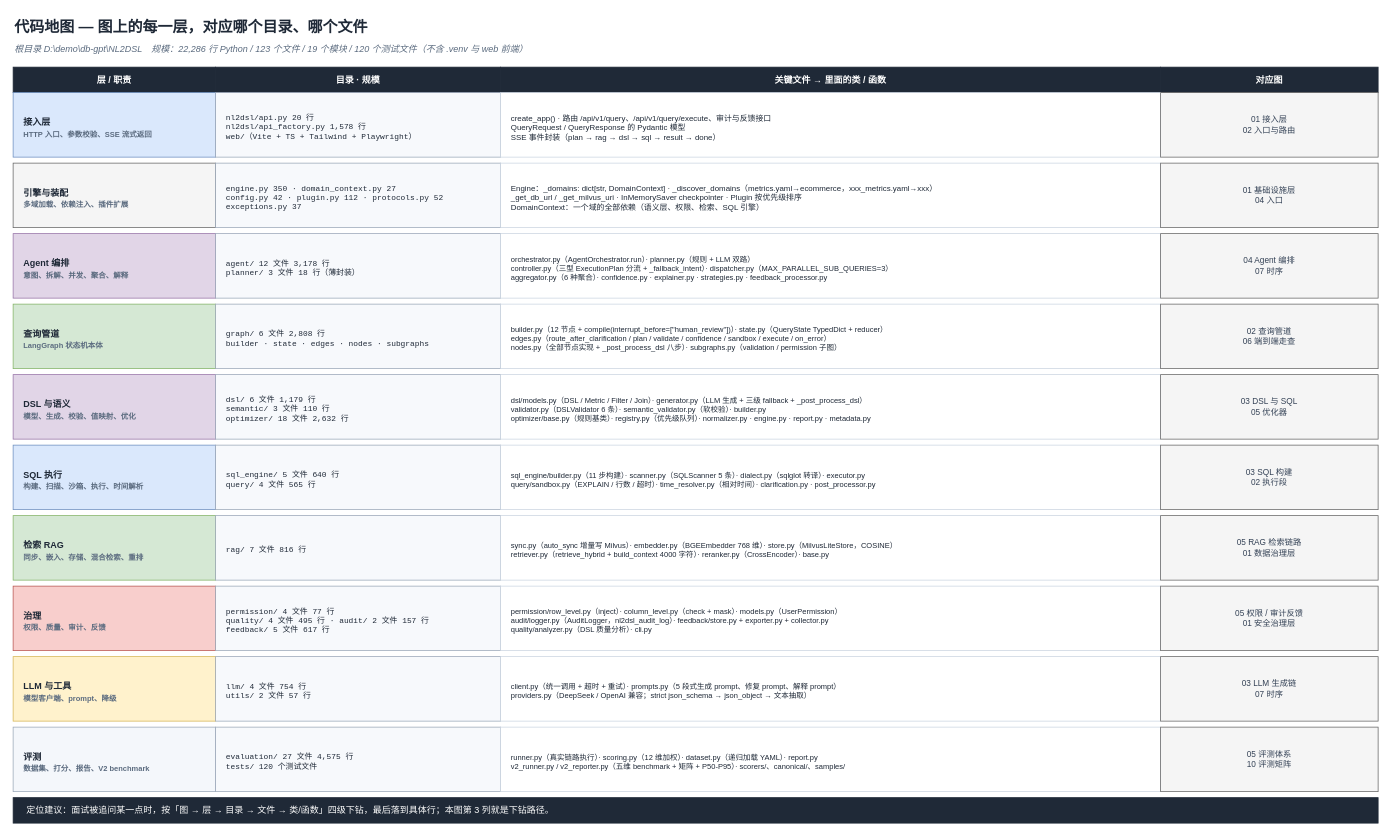
Earlier version of the draw.io diagram docs/00-项目资料/架构图/nl2dsl-09-code-map.drawio (kobegy248/nl2dsl-interview-kit). Source tidied: cells renumbered, new cells numbered last; positions are measured from the earlier drawing's top-left corner, leaving out a move shared by most shapes. Both pictures are drawn from the tidied source at 75%, with x=0, y=0 at pixel (13, 13).
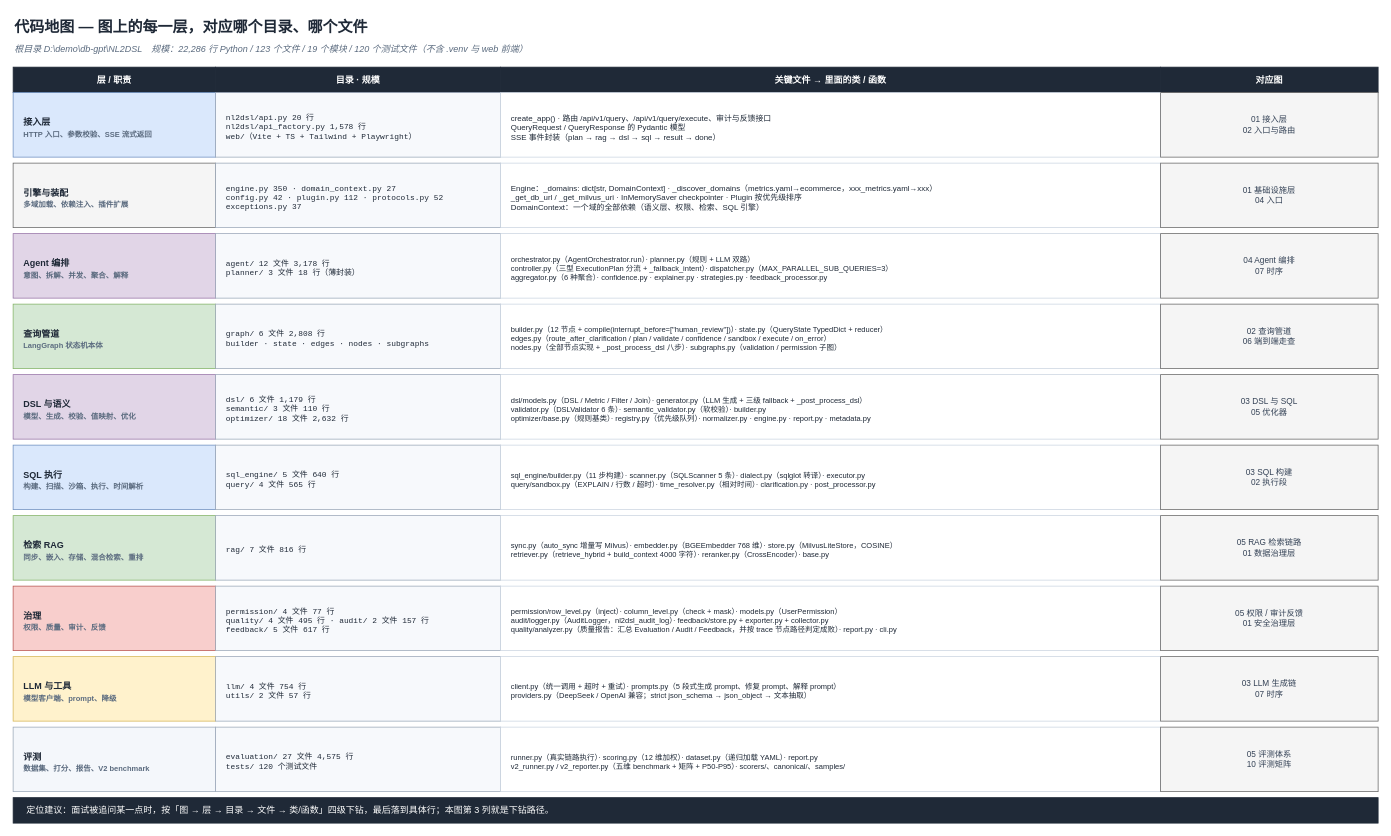
Above is the later version.

Diff of the diagram source:
```diff
@@
-    <mxCell id="38" value="permission/row_level.py（inject）· column_level.py（check + mask）· models.py（UserPermission）&lt;br&gt;audit/logger.py（AuditLogger，nl2dsl_audit_log）· feedback/store.py + exporter.py + collector.py&lt;br&gt;quality/analyzer.py（DSL 质量分析）· cli.py" style="rounded=0;whiteSpace=wrap;html=1;fillColor=#FFFFFF;strokeColor=#CBD5E1;fontSize=10;fontColor=#1F2937;align=left;spacingLeft=12;spacingTop=6;" parent="1" vertex="1">
+    <mxCell id="38" value="permission/row_level.py（inject）· column_level.py（check + mask）· models.py（UserPermission）&lt;br&gt;audit/logger.py（AuditLogger，nl2dsl_audit_log）· feedback/store.py + exporter.py + collector.py&lt;br&gt;quality/analyzer.py（质量报告：汇总 Evaluation / Audit / Feedback，并按 trace 节点路径判定成败）· report.py · cli.py" style="rounded=0;whiteSpace=wrap;html=1;fillColor=#FFFFFF;strokeColor=#CBD5E1;fontSize=10;fontColor=#1F2937;align=left;spacingLeft=12;spacingTop=6;" parent="1" vertex="1">
       <mxGeometry x="650" y="764" width="880" height="86" as="geometry" />
     </mxCell>
```
